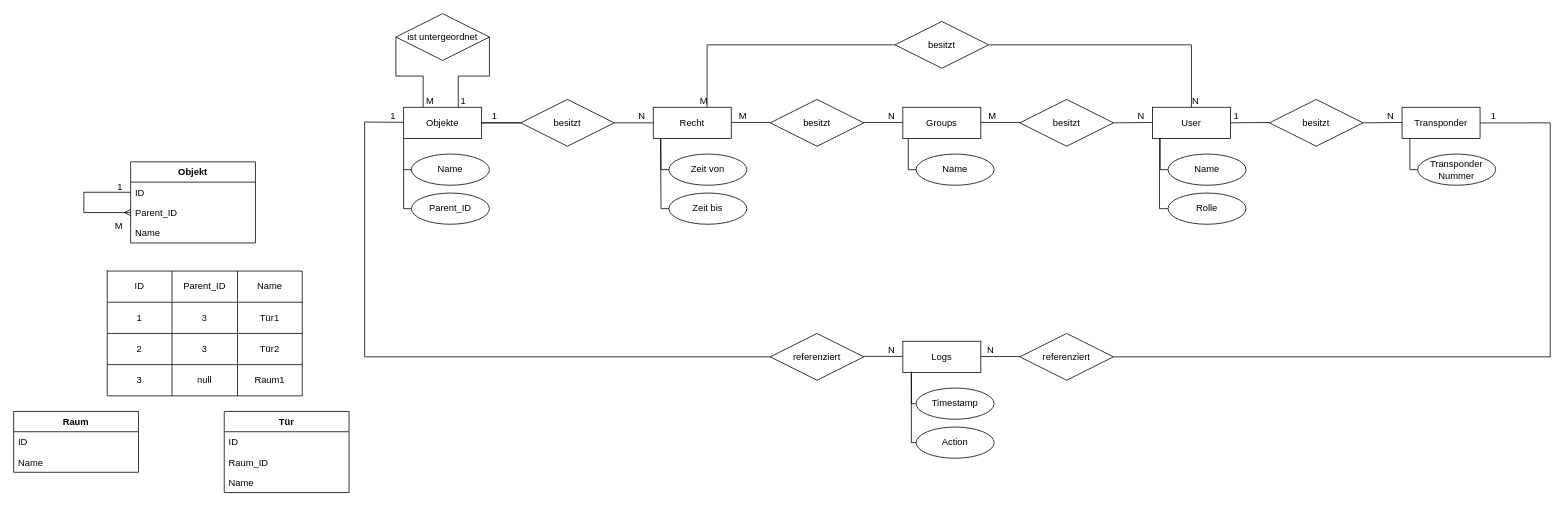
Above: Doc/ERM.drawio in pinkiestarman/RFIDTuer (draw.io), before the change. Source tidied: cells renumbered, new cells numbered last; positions are measured from the earlier drawing's top-left corner, leaving out a move shared by most shapes. Both pictures are drawn from the tidied source at 78%, with x=0, y=0 at pixel (13, 13).
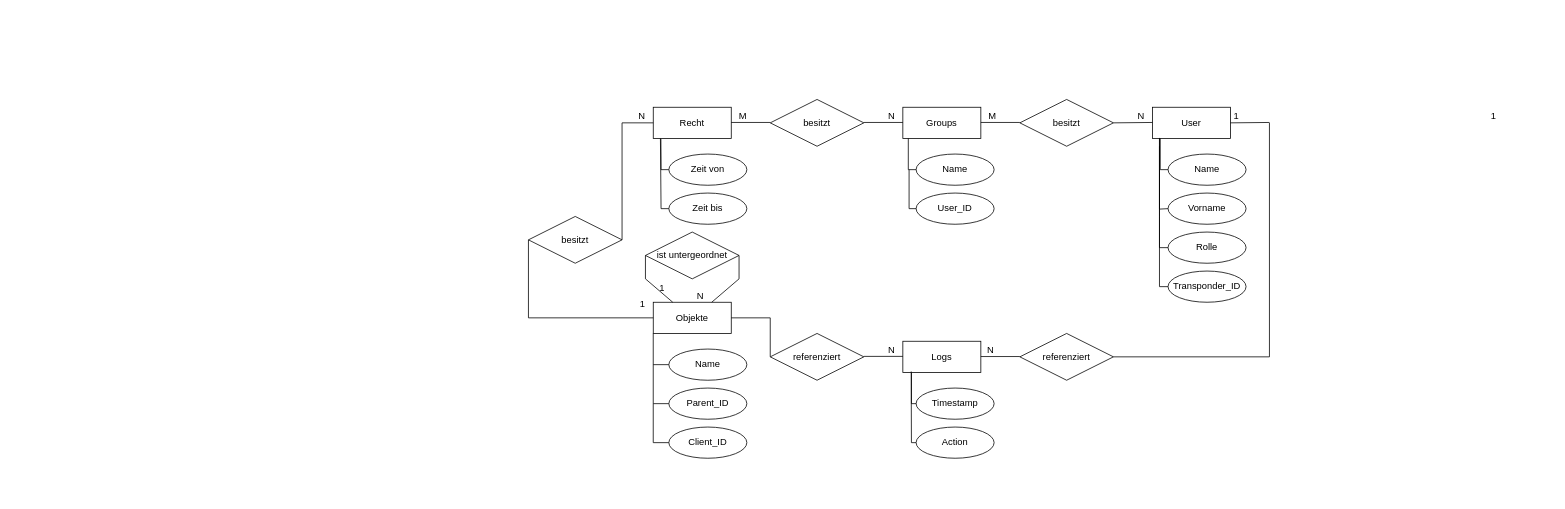
The same diagram, later.

Commit message (it also covers changes not shown here):
kleinere Änderungen, vorname ergänzt zum user, Pseudocode für RFID_Client.py Skript erstellt, Tabellenmodel/ERM angepasst

Unchanged cells that the change refers to:
```xml
<mxCell id="7" value="Recht" style="whiteSpace=wrap;html=1;align=center;" parent="1" vertex="1">
  <mxGeometry x="820" y="120" width="100" height="40" as="geometry" />
</mxCell>
<mxCell id="29" value="User" style="whiteSpace=wrap;html=1;align=center;" parent="1" vertex="1">
  <mxGeometry x="1460" y="120" width="100" height="40" as="geometry" />
</mxCell>
<mxCell id="51" value="referenziert" style="shape=rhombus;perimeter=rhombusPerimeter;whiteSpace=wrap;html=1;align=center;" parent="1" vertex="1">
  <mxGeometry x="970" y="410" width="120" height="60" as="geometry" />
</mxCell>
<mxCell id="59" value="referenziert" style="shape=rhombus;perimeter=rhombusPerimeter;whiteSpace=wrap;html=1;align=center;" parent="1" vertex="1">
  <mxGeometry x="1290" y="410" width="120" height="60" as="geometry" />
</mxCell>
```

Diff of the diagram source:
```diff
@@
-    <mxCell id="2" style="edgeStyle=none;rounded=0;html=1;endArrow=none;endFill=0;exitX=0;exitY=1;exitDx=0;exitDy=0;entryX=0;entryY=0.5;entryDx=0;entryDy=0;" parent="1" edge="1" source="3" target="18">
-      <mxGeometry relative="1" as="geometry">
-        <Array as="points">
-          <mxPoint x="500" y="200" />
-        </Array>
-      </mxGeometry>
-    </mxCell>
     <mxCell id="3" value="Objekte" style="whiteSpace=wrap;html=1;align=center;" parent="1" vertex="1">
-      <mxGeometry x="500" y="120" width="100" height="40" as="geometry" />
+      <mxGeometry x="820" y="370" width="100" height="40" as="geometry" />
     </mxCell>
-    <mxCell id="4" style="edgeStyle=none;rounded=0;html=1;endArrow=none;endFill=0;" parent="1" edge="1" source="5" target="3">
-      <mxGeometry relative="1" as="geometry" />
-    </mxCell>
     <mxCell id="5" value="besitzt" style="shape=rhombus;perimeter=rhombusPerimeter;whiteSpace=wrap;html=1;align=center;" parent="1" vertex="1">
-      <mxGeometry x="650" y="110" width="120" height="60" as="geometry" />
+      <mxGeometry x="660" y="260" width="120" height="60" as="geometry" />
     </mxCell>
@@
-    <mxCell id="11" style="endArrow=none;html=1;rounded=0;entryX=1;entryY=0.5;entryDx=0;entryDy=0;exitX=0;exitY=0.5;exitDx=0;exitDy=0;" parent="1" edge="1" source="5" target="3">
-      <mxGeometry relative="1" as="geometry" />
+    <mxCell id="11" style="endArrow=none;html=1;rounded=0;exitX=0;exitY=0.5;exitDx=0;exitDy=0;" parent="1" edge="1" source="5">
+      <mxGeometry relative="1" as="geometry">
+        <mxPoint x="820" y="390" as="targetPoint" />
+        <Array as="points">
+          <mxPoint x="660" y="390" />
+        </Array>
+      </mxGeometry>
     </mxCell>
-    <mxCell id="12" value="1" style="html=1;align=right;verticalAlign=bottom;direction=south;" parent="11" vertex="1">
-      <mxGeometry x="1" relative="1" as="geometry">
-        <mxPoint x="20" as="offset" />
-      </mxGeometry>
-    </mxCell>
     <mxCell id="13" value="1" style="html=1;align=right;verticalAlign=bottom;direction=south;" parent="11" vertex="1">
       <mxGeometry x="1" relative="1" as="geometry">
-        <mxPoint x="-110" as="offset" />
+        <mxPoint x="-10" y="-10" as="offset" />
       </mxGeometry>
     </mxCell>
-    <mxCell id="14" value="1" style="html=1;align=right;verticalAlign=bottom;direction=south;" parent="11" vertex="1">
-      <mxGeometry x="1" relative="1" as="geometry">
-        <mxPoint x="-460" y="90" as="offset" />
-      </mxGeometry>
-    </mxCell>
-    <mxCell id="15" value="M" style="html=1;align=right;verticalAlign=bottom;direction=south;" parent="11" vertex="1">
-      <mxGeometry x="1" relative="1" as="geometry">
-        <mxPoint x="-460" y="140" as="offset" />
-      </mxGeometry>
-    </mxCell>
     <mxCell id="16" style="endArrow=none;html=1;rounded=0;entryX=0;entryY=0.5;entryDx=0;entryDy=0;exitX=1;exitY=0.5;exitDx=0;exitDy=0;" parent="1" edge="1" source="5" target="7">
-      <mxGeometry relative="1" as="geometry" />
+      <mxGeometry relative="1" as="geometry">
+        <Array as="points">
+          <mxPoint x="780" y="140" />
+        </Array>
+      </mxGeometry>
     </mxCell>
@@
-    <mxCell id="18" value="Name" style="ellipse;whiteSpace=wrap;html=1;align=center;" parent="1" vertex="1">
-      <mxGeometry x="510" y="180" width="100" height="40" as="geometry" />
-    </mxCell>
     <mxCell id="19" value="Parent_ID" style="ellipse;whiteSpace=wrap;html=1;align=center;" parent="1" vertex="1">
-      <mxGeometry x="510" y="230" width="100" height="40" as="geometry" />
+      <mxGeometry x="840" y="480" width="100" height="40" as="geometry" />
     </mxCell>
-    <mxCell id="20" style="edgeStyle=none;rounded=0;html=1;endArrow=none;endFill=0;exitX=0;exitY=1;exitDx=0;exitDy=0;entryX=0;entryY=0.5;entryDx=0;entryDy=0;" parent="1" edge="1" target="19">
+    <mxCell id="20" style="edgeStyle=none;rounded=0;html=1;endArrow=none;endFill=0;exitX=0;exitY=1;exitDx=0;exitDy=0;entryX=0;entryY=0.5;entryDx=0;entryDy=0;" parent="1" edge="1" source="3" target="19">
       <mxGeometry relative="1" as="geometry">
-        <mxPoint x="500" y="200" as="sourcePoint" />
         <Array as="points">
-          <mxPoint x="500" y="250" />
+          <mxPoint x="820" y="500" />
         </Array>
       </mxGeometry>
     </mxCell>
@@
-    <mxCell id="37" style="endArrow=none;html=1;rounded=0;" parent="1" edge="1">
-      <mxGeometry relative="1" as="geometry">
-        <mxPoint x="889" y="120" as="sourcePoint" />
-        <mxPoint x="1130" y="40" as="targetPoint" />
-        <Array as="points">
-          <mxPoint x="889" y="40" />
-        </Array>
-      </mxGeometry>
-    </mxCell>
-    <mxCell id="38" value="M" style="html=1;align=right;verticalAlign=bottom;" parent="37" vertex="1">
-      <mxGeometry x="1" relative="1" as="geometry">
-        <mxPoint x="-240" y="80" as="offset" />
-      </mxGeometry>
-    </mxCell>
-    <mxCell id="39" value="besitzt" style="shape=rhombus;perimeter=rhombusPerimeter;whiteSpace=wrap;html=1;align=center;" parent="1" vertex="1">
-      <mxGeometry x="1130" y="10" width="120" height="60" as="geometry" />
-    </mxCell>
-    <mxCell id="40" style="endArrow=none;html=1;rounded=0;entryX=1;entryY=0.5;entryDx=0;entryDy=0;exitX=0.5;exitY=0;exitDx=0;exitDy=0;" parent="1" edge="1" source="29" target="39">
-      <mxGeometry relative="1" as="geometry">
-        <Array as="points">
-          <mxPoint x="1510" y="40" />
-        </Array>
-      </mxGeometry>
-    </mxCell>
-    <mxCell id="41" value="N" style="html=1;align=right;verticalAlign=bottom;" parent="40" vertex="1">
-      <mxGeometry x="1" relative="1" as="geometry">
-        <mxPoint x="270" y="80" as="offset" />
-      </mxGeometry>
-    </mxCell>
-    <mxCell id="42" value="besitzt" style="shape=rhombus;perimeter=rhombusPerimeter;whiteSpace=wrap;html=1;align=center;" parent="1" vertex="1">
-      <mxGeometry x="1610" y="110" width="120" height="60" as="geometry" />
-    </mxCell>
-    <mxCell id="43" style="endArrow=none;html=1;rounded=0;" parent="1" edge="1">
-      <mxGeometry relative="1" as="geometry">
-        <mxPoint x="1730" y="140" as="sourcePoint" />
-        <mxPoint x="1780" y="139.5" as="targetPoint" />
-      </mxGeometry>
-    </mxCell>
-    <mxCell id="44" value="N" style="html=1;align=right;verticalAlign=bottom;" parent="43" vertex="1">
-      <mxGeometry x="1" relative="1" as="geometry">
-        <mxPoint x="-10" as="offset" />
-      </mxGeometry>
-    </mxCell>
@@
-    <mxCell id="47" value="Transponder" style="whiteSpace=wrap;html=1;align=center;" parent="1" vertex="1">
-      <mxGeometry x="1780" y="120" width="100" height="40" as="geometry" />
-    </mxCell>
-    <mxCell id="48" value="Transponder&lt;br&gt;Nummer" style="ellipse;whiteSpace=wrap;html=1;align=center;" parent="1" vertex="1">
-      <mxGeometry x="1800" y="180" width="100" height="40" as="geometry" />
-    </mxCell>
-    <mxCell id="49" style="edgeStyle=none;rounded=0;html=1;endArrow=none;endFill=0;exitX=0;exitY=1;exitDx=0;exitDy=0;entryX=0;entryY=0.5;entryDx=0;entryDy=0;" parent="1" edge="1">
-      <mxGeometry relative="1" as="geometry">
-        <mxPoint x="1790" y="160" as="sourcePoint" />
-        <mxPoint x="1800" y="200" as="targetPoint" />
-        <Array as="points">
-          <mxPoint x="1790" y="200" />
-        </Array>
-      </mxGeometry>
-    </mxCell>
-    <mxCell id="50" style="endArrow=none;html=1;rounded=0;entryX=0;entryY=0.5;entryDx=0;entryDy=0;" parent="1" edge="1" target="51">
+    <mxCell id="50" style="endArrow=none;html=1;rounded=0;entryX=0;entryY=0.5;entryDx=0;entryDy=0;startArrow=none;exitX=1;exitY=0.5;exitDx=0;exitDy=0;" parent="1" edge="1" source="3" target="51">
       <mxGeometry relative="1" as="geometry">
-        <mxPoint x="500" y="139.3" as="sourcePoint" />
         <Array as="points">
-          <mxPoint x="450" y="139" />
-          <mxPoint x="450" y="440" />
+          <mxPoint x="970" y="390" />
         </Array>
       </mxGeometry>
     </mxCell>
@@
     <mxCell id="62" style="endArrow=none;html=1;rounded=0;entryX=1;entryY=0.5;entryDx=0;entryDy=0;" parent="1" edge="1" target="59">
       <mxGeometry relative="1" as="geometry">
-        <mxPoint x="1880" y="140.1" as="sourcePoint" />
+        <mxPoint x="1610" y="140" as="sourcePoint" />
         <Array as="points">
-          <mxPoint x="1970" y="140" />
-          <mxPoint x="1970" y="440" />
+          <mxPoint x="1610" y="140" />
+          <mxPoint x="1610" y="440" />
         </Array>
       </mxGeometry>
     </mxCell>
@@
     <mxCell id="64" value="Rolle" style="ellipse;whiteSpace=wrap;html=1;align=center;" parent="1" vertex="1">
-      <mxGeometry x="1480" y="230" width="100" height="40" as="geometry" />
+      <mxGeometry x="1480" y="280" width="100" height="40" as="geometry" />
     </mxCell>
     <mxCell id="65" style="edgeStyle=none;rounded=0;html=1;endArrow=none;endFill=0;exitX=0.09;exitY=0.984;exitDx=0;exitDy=0;entryX=0;entryY=0.5;entryDx=0;entryDy=0;exitPerimeter=0;" parent="1" edge="1" source="29" target="64">
       <mxGeometry relative="1" as="geometry">
         <Array as="points">
           <mxPoint x="1469" y="250" />
+          <mxPoint x="1469" y="300" />
         </Array>
       </mxGeometry>
     </mxCell>
     <mxCell id="66" value="ist untergeordnet" style="shape=rhombus;perimeter=rhombusPerimeter;whiteSpace=wrap;html=1;align=center;" parent="1" vertex="1">
-      <mxGeometry x="490" width="120" height="60" as="geometry" />
+      <mxGeometry x="810" y="280" width="120" height="60" as="geometry" />
     </mxCell>
-    <mxCell id="67" style="endArrow=none;html=1;rounded=0;exitX=0.25;exitY=0;exitDx=0;exitDy=0;entryX=0;entryY=0.5;entryDx=0;entryDy=0;" parent="1" edge="1" source="3" target="66">
-      <mxGeometry relative="1" as="geometry">
-        <Array as="points">
-          <mxPoint x="525" y="80" />
-          <mxPoint x="490" y="80" />
-        </Array>
-      </mxGeometry>
-    </mxCell>
-    <mxCell id="68" value="1" style="html=1;align=right;verticalAlign=bottom;direction=south;" parent="67" vertex="1">
-      <mxGeometry x="1" relative="1" as="geometry">
-        <mxPoint x="90" y="90" as="offset" />
-      </mxGeometry>
-    </mxCell>
-    <mxCell id="69" value="M" style="html=1;align=right;verticalAlign=bottom;direction=south;" parent="67" vertex="1">
-      <mxGeometry x="1" relative="1" as="geometry">
-        <mxPoint x="49" y="90" as="offset" />
-      </mxGeometry>
-    </mxCell>
-    <mxCell id="70" style="endArrow=none;html=1;rounded=0;entryX=0;entryY=0.5;entryDx=0;entryDy=0;" parent="1" edge="1">
-      <mxGeometry relative="1" as="geometry">
-        <mxPoint x="570" y="120" as="sourcePoint" />
-        <mxPoint x="610" y="30" as="targetPoint" />
-        <Array as="points">
-          <mxPoint x="570" y="80" />
-          <mxPoint x="610" y="80" />
-        </Array>
-      </mxGeometry>
-    </mxCell>
-    <mxCell id="71" value="Objekt" style="swimlane;fontStyle=1;align=center;verticalAlign=top;horizontal=1;startSize=26;" parent="1" vertex="1">
-      <mxGeometry x="150" y="190" width="160" height="104" as="geometry" />
-    </mxCell>
-    <mxCell id="72" value="ID" style="text;strokeColor=none;fillColor=none;align=left;verticalAlign=top;spacingLeft=4;spacingRight=4;overflow=hidden;points=[[0,0.5],[1,0.5]];portConstraint=eastwest;" parent="71" vertex="1">
-      <mxGeometry y="26" width="160" height="26" as="geometry" />
-    </mxCell>
-    <mxCell id="73" value="Parent_ID" style="text;strokeColor=none;fillColor=none;align=left;verticalAlign=top;spacingLeft=4;spacingRight=4;overflow=hidden;" parent="71" vertex="1">
-      <mxGeometry y="52" width="160" height="26" as="geometry" />
-    </mxCell>
-    <mxCell id="74" value="Name" style="text;strokeColor=none;fillColor=none;align=left;verticalAlign=top;spacingLeft=4;spacingRight=4;overflow=hidden;" parent="71" vertex="1">
-      <mxGeometry y="78" width="160" height="26" as="geometry" />
-    </mxCell>
-    <mxCell id="75" style="edgeStyle=none;html=1;entryX=0;entryY=0.5;entryDx=0;entryDy=0;rounded=0;endArrow=none;endFill=0;startArrow=ERmany;startFill=0;" parent="71" edge="1" target="72">
-      <mxGeometry relative="1" as="geometry">
-        <mxPoint y="65" as="sourcePoint" />
-        <Array as="points">
-          <mxPoint x="-60" y="65" />
-          <mxPoint x="-60" y="39" />
-        </Array>
-      </mxGeometry>
-    </mxCell>
-    <mxCell id="76" style="shape=table;startSize=0;childLayout=tableLayout;" parent="1" vertex="1">
-      <mxGeometry x="120" y="330" width="250" height="160" as="geometry" />
-    </mxCell>
-    <mxCell id="77" style="shape=partialRectangle;fillColor=none;top=0;left=0;bottom=0;right=0;" parent="76" vertex="1">
-      <mxGeometry width="250" height="40" as="geometry" />
-    </mxCell>
-    <mxCell id="78" value="ID" style="shape=partialRectangle;html=1;whiteSpace=wrap;overflow=hidden;fillColor=none;top=0;left=0;bottom=0;right=0;" parent="77" vertex="1">
-      <mxGeometry width="83" height="40" as="geometry" />
-    </mxCell>
-    <mxCell id="79" value="Parent_ID" style="shape=partialRectangle;html=1;whiteSpace=wrap;overflow=hidden;fillColor=none;top=0;left=0;bottom=0;right=0;" parent="77" vertex="1">
-      <mxGeometry x="83" width="84" height="40" as="geometry" />
-    </mxCell>
-    <mxCell id="80" value="Name" style="shape=partialRectangle;html=1;whiteSpace=wrap;overflow=hidden;fillColor=none;top=0;left=0;bottom=0;right=0;" parent="77" vertex="1">
-      <mxGeometry x="167" width="83" height="40" as="geometry" />
-    </mxCell>
-    <mxCell id="81" style="shape=partialRectangle;fillColor=none;top=0;left=0;bottom=0;right=0;" parent="76" vertex="1">
-      <mxGeometry y="40" width="250" height="40" as="geometry" />
-    </mxCell>
-    <mxCell id="82" value="1" style="shape=partialRectangle;html=1;whiteSpace=wrap;overflow=hidden;fillColor=none;top=0;left=0;bottom=0;right=0;" parent="81" vertex="1">
-      <mxGeometry width="83" height="40" as="geometry" />
-    </mxCell>
-    <mxCell id="83" value="3" style="shape=partialRectangle;html=1;whiteSpace=wrap;overflow=hidden;fillColor=none;top=0;left=0;bottom=0;right=0;" parent="81" vertex="1">
-      <mxGeometry x="83" width="84" height="40" as="geometry" />
-    </mxCell>
-    <mxCell id="84" value="Tür1" style="shape=partialRectangle;html=1;whiteSpace=wrap;overflow=hidden;fillColor=none;top=0;left=0;bottom=0;right=0;" parent="81" vertex="1">
-      <mxGeometry x="167" width="83" height="40" as="geometry" />
-    </mxCell>
-    <mxCell id="85" style="shape=partialRectangle;fillColor=none;top=0;left=0;bottom=0;right=0;" parent="76" vertex="1">
-      <mxGeometry y="80" width="250" height="40" as="geometry" />
-    </mxCell>
-    <mxCell id="86" value="2" style="shape=partialRectangle;html=1;whiteSpace=wrap;overflow=hidden;fillColor=none;top=0;left=0;bottom=0;right=0;" parent="85" vertex="1">
-      <mxGeometry width="83" height="40" as="geometry" />
-    </mxCell>
-    <mxCell id="87" value="3" style="shape=partialRectangle;html=1;whiteSpace=wrap;overflow=hidden;fillColor=none;top=0;left=0;bottom=0;right=0;" parent="85" vertex="1">
-      <mxGeometry x="83" width="84" height="40" as="geometry" />
-    </mxCell>
-    <mxCell id="88" value="Tür2" style="shape=partialRectangle;html=1;whiteSpace=wrap;overflow=hidden;fillColor=none;top=0;left=0;bottom=0;right=0;" parent="85" vertex="1">
-      <mxGeometry x="167" width="83" height="40" as="geometry" />
-    </mxCell>
-    <mxCell id="89" style="shape=partialRectangle;fillColor=none;top=0;left=0;bottom=0;right=0;" parent="76" vertex="1">
-      <mxGeometry y="120" width="250" height="40" as="geometry" />
-    </mxCell>
-    <mxCell id="90" value="3" style="shape=partialRectangle;html=1;whiteSpace=wrap;overflow=hidden;fillColor=none;top=0;left=0;bottom=0;right=0;" parent="89" vertex="1">
-      <mxGeometry width="83" height="40" as="geometry" />
-    </mxCell>
-    <mxCell id="91" value="null" style="shape=partialRectangle;html=1;whiteSpace=wrap;overflow=hidden;fillColor=none;top=0;left=0;bottom=0;right=0;" parent="89" vertex="1">
-      <mxGeometry x="83" width="84" height="40" as="geometry" />
-    </mxCell>
-    <mxCell id="92" value="Raum1" style="shape=partialRectangle;html=1;whiteSpace=wrap;overflow=hidden;fillColor=none;top=0;left=0;bottom=0;right=0;" parent="89" vertex="1">
-      <mxGeometry x="167" width="83" height="40" as="geometry" />
-    </mxCell>
-    <mxCell id="93" value="Raum" style="swimlane;fontStyle=1;align=center;verticalAlign=top;horizontal=1;startSize=26;" parent="1" vertex="1">
-      <mxGeometry y="510" width="160" height="78" as="geometry" />
-    </mxCell>
-    <mxCell id="94" value="ID" style="text;strokeColor=none;fillColor=none;align=left;verticalAlign=top;spacingLeft=4;spacingRight=4;overflow=hidden;" parent="93" vertex="1">
-      <mxGeometry y="26" width="160" height="26" as="geometry" />
-    </mxCell>
-    <mxCell id="95" value="Name" style="text;strokeColor=none;fillColor=none;align=left;verticalAlign=top;spacingLeft=4;spacingRight=4;overflow=hidden;" parent="93" vertex="1">
-      <mxGeometry y="52" width="160" height="26" as="geometry" />
-    </mxCell>
-    <mxCell id="96" value="Tür" style="swimlane;fontStyle=1;align=center;verticalAlign=top;horizontal=1;startSize=26;" parent="1" vertex="1">
-      <mxGeometry x="270" y="510" width="160" height="104" as="geometry" />
-    </mxCell>
-    <mxCell id="97" value="ID" style="text;strokeColor=none;fillColor=none;align=left;verticalAlign=top;spacingLeft=4;spacingRight=4;overflow=hidden;" parent="96" vertex="1">
-      <mxGeometry y="26" width="160" height="26" as="geometry" />
-    </mxCell>
-    <mxCell id="98" value="Raum_ID" style="text;strokeColor=none;fillColor=none;align=left;verticalAlign=top;spacingLeft=4;spacingRight=4;overflow=hidden;" parent="96" vertex="1">
-      <mxGeometry y="52" width="160" height="26" as="geometry" />
-    </mxCell>
-    <mxCell id="99" value="Name" style="text;strokeColor=none;fillColor=none;align=left;verticalAlign=top;spacingLeft=4;spacingRight=4;overflow=hidden;" parent="96" vertex="1">
-      <mxGeometry y="78" width="160" height="26" as="geometry" />
-    </mxCell>
+    <mxCell id="18" value="Name" style="ellipse;whiteSpace=wrap;html=1;align=center;" parent="1" vertex="1">
+      <mxGeometry x="840" y="430" width="100" height="40" as="geometry" />
+    </mxCell>
+    <mxCell id="100" value="Vorname" style="ellipse;whiteSpace=wrap;html=1;align=center;" parent="1" vertex="1">
+      <mxGeometry x="1480" y="230" width="100" height="40" as="geometry" />
+    </mxCell>
+    <mxCell id="101" style="edgeStyle=none;rounded=0;html=1;endArrow=none;endFill=0;exitX=0.09;exitY=0.984;exitDx=0;exitDy=0;entryX=0;entryY=0.5;entryDx=0;entryDy=0;exitPerimeter=0;" parent="1" edge="1" target="100">
+      <mxGeometry relative="1" as="geometry">
+        <mxPoint x="1469" y="160" as="sourcePoint" />
+        <Array as="points">
+          <mxPoint x="1469" y="250.6" />
+        </Array>
+      </mxGeometry>
+    </mxCell>
+    <mxCell id="102" style="edgeStyle=none;rounded=0;html=1;endArrow=none;endFill=0;entryX=0;entryY=0.5;entryDx=0;entryDy=0;" parent="1" edge="1" target="18">
+      <mxGeometry relative="1" as="geometry">
+        <mxPoint x="820" y="450" as="sourcePoint" />
+        <Array as="points">
+          <mxPoint x="840" y="450" />
+        </Array>
+      </mxGeometry>
+    </mxCell>
+    <mxCell id="103" style="endArrow=none;html=1;rounded=0;exitX=0;exitY=0.5;exitDx=0;exitDy=0;entryX=0.25;entryY=0;entryDx=0;entryDy=0;" parent="1" edge="1" source="66" target="3">
+      <mxGeometry relative="1" as="geometry">
+        <Array as="points">
+          <mxPoint x="810" y="340" />
+        </Array>
+      </mxGeometry>
+    </mxCell>
+    <mxCell id="104" value="1" style="html=1;align=right;verticalAlign=bottom;direction=south;" parent="103" vertex="1">
+      <mxGeometry x="1" relative="1" as="geometry">
+        <mxPoint x="-10" y="-10" as="offset" />
+      </mxGeometry>
+    </mxCell>
+    <mxCell id="105" style="endArrow=none;html=1;rounded=0;entryX=0.75;entryY=0;entryDx=0;entryDy=0;exitX=1;exitY=0.5;exitDx=0;exitDy=0;" parent="1" edge="1" source="66" target="3">
+      <mxGeometry relative="1" as="geometry">
+        <Array as="points">
+          <mxPoint x="930" y="340" />
+        </Array>
+      </mxGeometry>
+    </mxCell>
+    <mxCell id="106" value="N" style="html=1;align=right;verticalAlign=bottom;" parent="105" vertex="1">
+      <mxGeometry x="1" relative="1" as="geometry">
+        <mxPoint x="-10" as="offset" />
+      </mxGeometry>
+    </mxCell>
+    <mxCell id="107" value="Client_ID" style="ellipse;whiteSpace=wrap;html=1;align=center;" parent="1" vertex="1">
+      <mxGeometry x="840" y="530" width="100" height="40" as="geometry" />
+    </mxCell>
+    <mxCell id="108" style="edgeStyle=none;rounded=0;html=1;endArrow=none;endFill=0;entryX=0;entryY=0.5;entryDx=0;entryDy=0;" parent="1" edge="1" target="107">
+      <mxGeometry relative="1" as="geometry">
+        <mxPoint x="820" y="500" as="sourcePoint" />
+        <Array as="points">
+          <mxPoint x="820" y="550" />
+        </Array>
+      </mxGeometry>
+    </mxCell>
+    <mxCell id="109" value="Transponder_ID" style="ellipse;whiteSpace=wrap;html=1;align=center;" parent="1" vertex="1">
+      <mxGeometry x="1480" y="330" width="100" height="40" as="geometry" />
+    </mxCell>
+    <mxCell id="110" value="User_ID" style="ellipse;whiteSpace=wrap;html=1;align=center;" parent="1" vertex="1">
+      <mxGeometry x="1157" y="230" width="100" height="40" as="geometry" />
+    </mxCell>
+    <mxCell id="111" style="edgeStyle=none;rounded=0;html=1;endArrow=none;endFill=0;entryX=0;entryY=0.5;entryDx=0;entryDy=0;" parent="1" edge="1" target="110">
+      <mxGeometry relative="1" as="geometry">
+        <mxPoint x="1148" y="200" as="sourcePoint" />
+        <Array as="points">
+          <mxPoint x="1148" y="250" />
+        </Array>
+      </mxGeometry>
+    </mxCell>
+    <mxCell id="112" style="edgeStyle=none;rounded=0;html=1;endArrow=none;endFill=0;exitX=0.09;exitY=0.984;exitDx=0;exitDy=0;entryX=0;entryY=0.5;entryDx=0;entryDy=0;exitPerimeter=0;" parent="1" edge="1" target="109">
+      <mxGeometry relative="1" as="geometry">
+        <mxPoint x="1469" y="170" as="sourcePoint" />
+        <Array as="points">
+          <mxPoint x="1469" y="260.6" />
+          <mxPoint x="1469" y="350" />
+        </Array>
+      </mxGeometry>
+    </mxCell>
```
